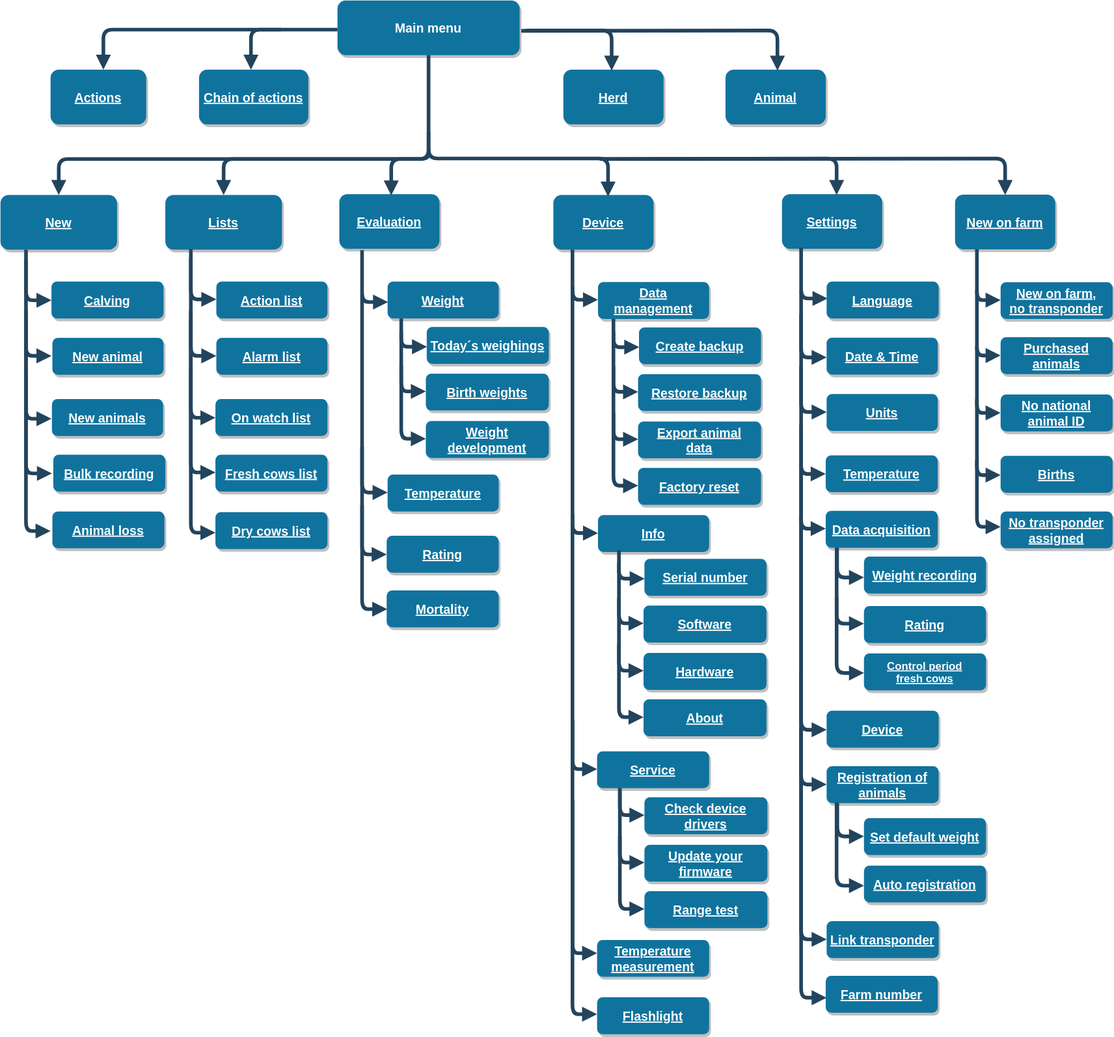
Earlier version of the draw.io export content/en/docs/menu/menu-tree.svg (erjoh001/vitalcontrol.de). Source tidied: cells renumbered, new cells last; positions are measured from the earlier drawing's top-left corner, leaving out a move shared by most shapes.
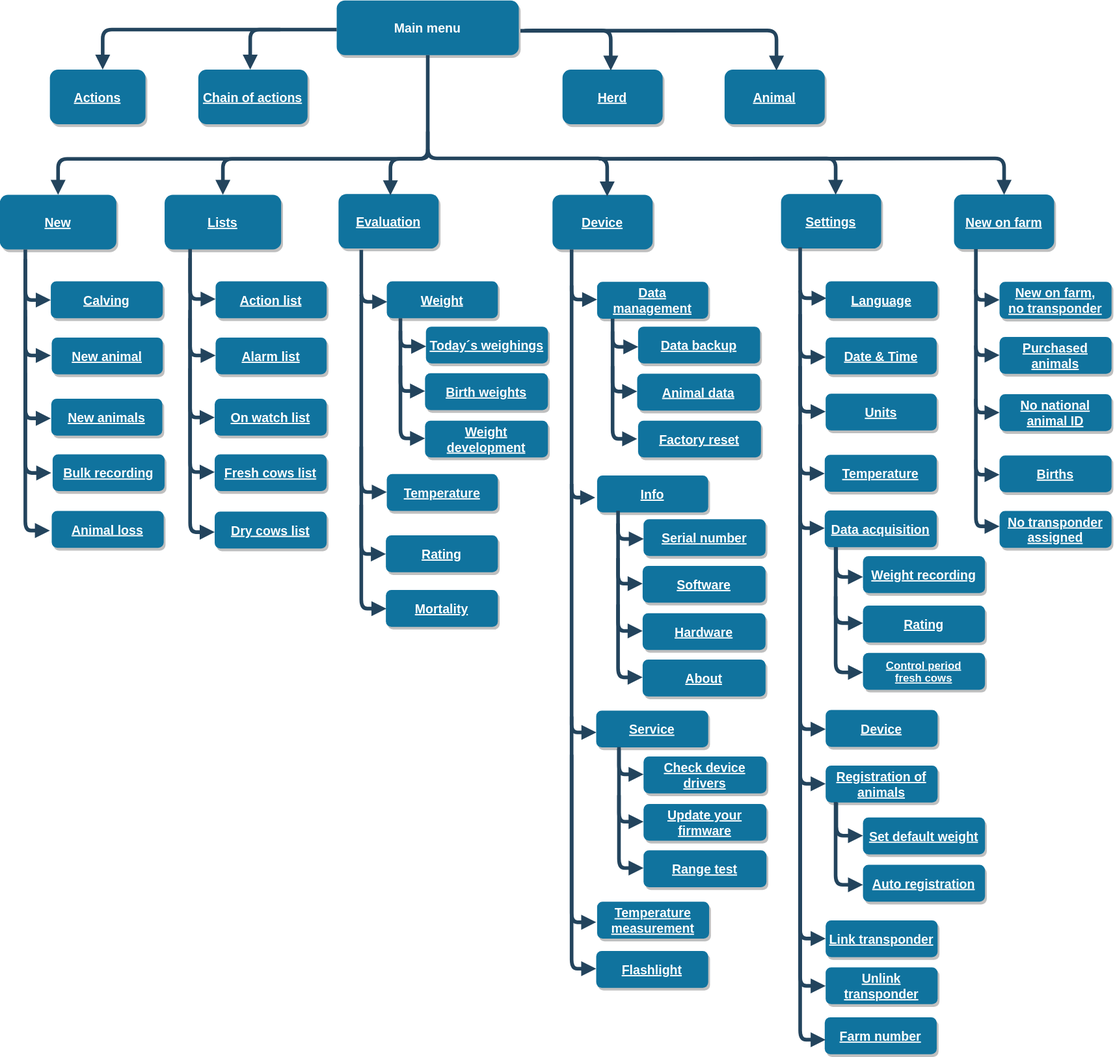
After the commit.

Diff of the diagram source:
```diff
@@ -242,29 +242,28 @@
       <mxGeometry x="681" y="309" width="122" height="40.5" as="geometry" />
     </mxCell>
     <mxCell id="43" value="Info" style="rounded=1;fillColor=#10739E;strokeColor=none;shadow=1;gradientColor=none;fontStyle=5;fontColor=#FFFFFF;fontSize=14;" parent="1" vertex="1">
-      <mxGeometry x="681" y="564.8" width="122" height="40.5" as="geometry" />
+      <mxGeometry x="681" y="521.8" width="122" height="40.5" as="geometry" />
     </mxCell>
     <mxCell id="44" value="Service" style="rounded=1;fillColor=#10739E;strokeColor=none;shadow=1;gradientColor=none;fontStyle=5;fontColor=#FFFFFF;fontSize=14;" parent="1" vertex="1">
-      <mxGeometry x="680" y="824" width="123" height="40.5" as="geometry" />
+      <mxGeometry x="680" y="780" width="123" height="40.5" as="geometry" />
     </mxCell>
     <mxCell id="45" value="Temperature&#10;measurement" style="rounded=1;fillColor=#10739E;strokeColor=none;shadow=1;gradientColor=none;fontStyle=5;fontColor=#FFFFFF;fontSize=14;" parent="1" vertex="1">
-      <mxGeometry x="680" y="1031" width="123" height="40.5" as="geometry" />
+      <mxGeometry x="681" y="990" width="123" height="40.5" as="geometry" />
     </mxCell>
-    <mxCell id="46" style="edgeStyle=elbowEdgeStyle;elbow=vertical;strokeWidth=4;endArrow=block;endFill=1;fontStyle=5;strokeColor=#23445D;entryX=0;entryY=0.5;entryDx=0;entryDy=0;rounded=1;" parent="1" edge="1" target="43">
+    <mxCell id="46" style="edgeStyle=elbowEdgeStyle;elbow=vertical;strokeWidth=4;endArrow=block;endFill=1;fontStyle=5;strokeColor=#23445D;rounded=1;entryX=-0.017;entryY=0.582;entryDx=0;entryDy=0;entryPerimeter=0;" parent="1" edge="1" target="43">
       <mxGeometry x="669" y="177" as="geometry">
-        <mxPoint x="653" y="314" as="sourcePoint" />
+        <mxPoint x="653" y="313" as="sourcePoint" />
         <Array as="points">
-          <mxPoint x="600" y="584.5" />
-          <mxPoint x="690" y="709.5" />
+          <mxPoint x="663" y="546" />
+          <mxPoint x="690" y="708.5" />
         </Array>
       </mxGeometry>
     </mxCell>
-    <mxCell id="47" style="edgeStyle=elbowEdgeStyle;elbow=vertical;strokeWidth=4;endArrow=block;endFill=1;fontStyle=5;strokeColor=#23445D;entryX=0;entryY=0.5;entryDx=0;entryDy=0;rounded=1;" parent="1" edge="1" target="44">
+    <mxCell id="47" style="edgeStyle=elbowEdgeStyle;elbow=vertical;strokeWidth=4;endArrow=block;endFill=1;fontStyle=5;strokeColor=#23445D;rounded=1;entryX=0.002;entryY=0.571;entryDx=0;entryDy=0;entryPerimeter=0;" parent="1" edge="1" target="44">
       <mxGeometry x="559" y="432" as="geometry">
-        <mxPoint x="653" y="789.5" as="sourcePoint" />
+        <mxPoint x="653" y="786.5" as="sourcePoint" />
         <Array as="points">
-          <mxPoint x="603" y="843.5" />
-          <mxPoint x="580" y="964.5" />
+          <mxPoint x="653" y="804" />
         </Array>
       </mxGeometry>
     </mxCell>
@@ -279,36 +278,33 @@
     </mxCell>
     <mxCell id="49" style="edgeStyle=elbowEdgeStyle;elbow=vertical;strokeWidth=4;endArrow=block;endFill=1;fontStyle=5;strokeColor=#23445D;entryX=0;entryY=0.5;entryDx=0;entryDy=0;rounded=1;" parent="1" edge="1">
       <mxGeometry x="632" y="513" as="geometry">
-        <mxPoint x="653" y="564" as="sourcePoint" />
-        <mxPoint x="680" y="1045.5" as="targetPoint" />
+        <mxPoint x="653" y="531" as="sourcePoint" />
+        <mxPoint x="680" y="1012.5" as="targetPoint" />
         <Array as="points">
-          <mxPoint x="653" y="1045.5" />
-          <mxPoint x="653" y="1045.5" />
+          <mxPoint x="653" y="1012.5" />
+          <mxPoint x="653" y="1012.5" />
         </Array>
       </mxGeometry>
     </mxCell>
     <mxCell id="50" value="Flashlight" style="rounded=1;fillColor=#10739E;strokeColor=none;shadow=1;gradientColor=none;fontStyle=5;fontColor=#FFFFFF;fontSize=14;" parent="1" vertex="1">
-      <mxGeometry x="680" y="1094" width="123" height="40.5" as="geometry" />
+      <mxGeometry x="680" y="1044" width="123" height="40.5" as="geometry" />
     </mxCell>
     <mxCell id="51" style="edgeStyle=elbowEdgeStyle;elbow=vertical;strokeWidth=4;endArrow=block;endFill=1;fontStyle=5;strokeColor=#23445D;entryX=0;entryY=0.5;entryDx=0;entryDy=0;rounded=1;" parent="1" edge="1">
       <mxGeometry x="632" y="580" as="geometry">
-        <mxPoint x="653" y="877.5" as="sourcePoint" />
-        <mxPoint x="680" y="1112.5" as="targetPoint" />
+        <mxPoint x="653" y="828.5" as="sourcePoint" />
+        <mxPoint x="680" y="1063.5" as="targetPoint" />
         <Array as="points">
-          <mxPoint x="653" y="1112.5" />
-          <mxPoint x="653" y="1112.5" />
+          <mxPoint x="653" y="1063.5" />
+          <mxPoint x="653" y="1063.5" />
         </Array>
       </mxGeometry>
     </mxCell>
-    <mxCell id="52" value="Create backup" style="rounded=1;fillColor=#10739E;strokeColor=none;shadow=1;gradientColor=none;fontStyle=5;fontColor=#FFFFFF;fontSize=14;" parent="1" vertex="1">
-      <mxGeometry x="726" y="358.8" width="134" height="40.5" as="geometry" />
+    <mxCell id="52" value="Data backup" style="rounded=1;fillColor=#10739E;strokeColor=none;shadow=1;gradientColor=none;fontStyle=5;fontColor=#FFFFFF;fontSize=14;" parent="1" vertex="1">
+      <mxGeometry x="726" y="358.2" width="134" height="40.5" as="geometry" />
     </mxCell>
-    <mxCell id="53" value="Restore backup" style="rounded=1;fillColor=#10739E;strokeColor=none;shadow=1;gradientColor=none;fontStyle=5;fontColor=#FFFFFF;fontSize=14;" parent="1" vertex="1">
+    <mxCell id="53" value="Animal data" style="rounded=1;fillColor=#10739E;strokeColor=none;shadow=1;gradientColor=none;fontStyle=5;fontColor=#FFFFFF;fontSize=14;" parent="1" vertex="1">
       <mxGeometry x="725" y="410" width="135" height="40.5" as="geometry" />
     </mxCell>
-    <mxCell id="54" value="Export animal&#10;data" style="rounded=1;fillColor=#10739E;strokeColor=none;shadow=1;gradientColor=none;fontStyle=5;fontColor=#FFFFFF;fontSize=14;" parent="1" vertex="1">
-      <mxGeometry x="725" y="462" width="135" height="40.5" as="geometry" />
-    </mxCell>
     <mxCell id="55" style="edgeStyle=elbowEdgeStyle;elbow=vertical;strokeWidth=4;endArrow=block;endFill=1;fontStyle=5;strokeColor=#23445D;entryX=0;entryY=0.5;entryDx=0;entryDy=0;rounded=1;" parent="1" edge="1">
       <mxGeometry x="598" y="35" as="geometry">
         <mxPoint x="698" y="349.5" as="sourcePoint" />
@@ -342,108 +338,98 @@
       </mxGeometry>
     </mxCell>
     <mxCell id="58" value="Factory reset" style="rounded=1;fillColor=#10739E;strokeColor=none;shadow=1;gradientColor=none;fontStyle=5;fontColor=#FFFFFF;fontSize=14;" parent="1" vertex="1">
-      <mxGeometry x="725" y="513" width="135" height="40.5" as="geometry" />
+      <mxGeometry x="726" y="461.5" width="135" height="40.5" as="geometry" />
     </mxCell>
-    <mxCell id="59" style="edgeStyle=elbowEdgeStyle;elbow=vertical;strokeWidth=4;endArrow=block;endFill=1;fontStyle=5;strokeColor=#23445D;entryX=0;entryY=0.5;entryDx=0;entryDy=0;rounded=1;" parent="1" edge="1">
-      <mxGeometry x="598" y="138" as="geometry">
-        <mxPoint x="698" y="452.5" as="sourcePoint" />
-        <mxPoint x="725" y="532.5" as="targetPoint" />
-        <Array as="points">
-          <mxPoint x="708" y="532.5" />
-          <mxPoint x="619" y="670.5" />
-        </Array>
-      </mxGeometry>
-    </mxCell>
     <mxCell id="60" value="Serial number" style="rounded=1;fillColor=#10739E;strokeColor=none;shadow=1;gradientColor=none;fontStyle=5;fontColor=#FFFFFF;fontSize=14;" parent="1" vertex="1">
-      <mxGeometry x="732" y="612.8" width="134" height="40.5" as="geometry" />
+      <mxGeometry x="732" y="569.8" width="134" height="40.5" as="geometry" />
     </mxCell>
     <mxCell id="61" value="Software" style="rounded=1;fillColor=#10739E;strokeColor=none;shadow=1;gradientColor=none;fontStyle=5;fontColor=#FFFFFF;fontSize=14;" parent="1" vertex="1">
-      <mxGeometry x="731" y="664" width="135" height="40.5" as="geometry" />
+      <mxGeometry x="731" y="621" width="135" height="40.5" as="geometry" />
     </mxCell>
     <mxCell id="62" value="Hardware" style="rounded=1;fillColor=#10739E;strokeColor=none;shadow=1;gradientColor=none;fontStyle=5;fontColor=#FFFFFF;fontSize=14;" parent="1" vertex="1">
-      <mxGeometry x="731" y="716" width="135" height="40.5" as="geometry" />
+      <mxGeometry x="731" y="673" width="135" height="40.5" as="geometry" />
     </mxCell>
     <mxCell id="63" style="edgeStyle=elbowEdgeStyle;elbow=vertical;strokeWidth=4;endArrow=block;endFill=1;fontStyle=5;strokeColor=#23445D;entryX=0;entryY=0.5;entryDx=0;entryDy=0;rounded=1;" parent="1" edge="1">
       <mxGeometry x="604" y="289" as="geometry">
-        <mxPoint x="704" y="603.5" as="sourcePoint" />
-        <mxPoint x="731" y="684.2" as="targetPoint" />
+        <mxPoint x="704" y="560.5" as="sourcePoint" />
+        <mxPoint x="731" y="641.2" as="targetPoint" />
         <Array as="points">
-          <mxPoint x="716" y="683.5" />
-          <mxPoint x="625" y="821.5" />
+          <mxPoint x="716" y="640.5" />
+          <mxPoint x="625" y="778.5" />
         </Array>
       </mxGeometry>
     </mxCell>
     <mxCell id="64" style="edgeStyle=elbowEdgeStyle;elbow=vertical;strokeWidth=4;endArrow=block;endFill=1;fontStyle=5;strokeColor=#23445D;entryX=0;entryY=0.5;entryDx=0;entryDy=0;rounded=1;" parent="1" edge="1">
       <mxGeometry x="604" y="341" as="geometry">
-        <mxPoint x="704" y="655.5" as="sourcePoint" />
-        <mxPoint x="731" y="735.5" as="targetPoint" />
+        <mxPoint x="704" y="612.5" as="sourcePoint" />
+        <mxPoint x="731" y="692.5" as="targetPoint" />
         <Array as="points">
-          <mxPoint x="714" y="735.5" />
-          <mxPoint x="625" y="873.5" />
+          <mxPoint x="714" y="692.5" />
+          <mxPoint x="625" y="830.5" />
         </Array>
       </mxGeometry>
     </mxCell>
     <mxCell id="65" style="edgeStyle=elbowEdgeStyle;elbow=vertical;strokeWidth=4;endArrow=block;endFill=1;fontStyle=5;strokeColor=#23445D;entryX=0.002;entryY=0.54;entryDx=0;entryDy=0;entryPerimeter=0;rounded=1;" parent="1" edge="1">
       <mxGeometry x="602" y="240" as="geometry">
-        <mxPoint x="704" y="617.5" as="sourcePoint" />
-        <mxPoint x="732.3" y="634.6" as="targetPoint" />
+        <mxPoint x="704" y="574.5" as="sourcePoint" />
+        <mxPoint x="732.3" y="591.6" as="targetPoint" />
         <Array as="points">
-          <mxPoint x="713" y="634.5" />
-          <mxPoint x="713" y="634.5" />
-          <mxPoint x="714" y="634.5" />
-          <mxPoint x="623" y="772.5" />
+          <mxPoint x="713" y="591.5" />
+          <mxPoint x="713" y="591.5" />
+          <mxPoint x="714" y="591.5" />
+          <mxPoint x="623" y="729.5" />
         </Array>
       </mxGeometry>
     </mxCell>
     <mxCell id="66" value="About" style="rounded=1;fillColor=#10739E;strokeColor=none;shadow=1;gradientColor=none;fontStyle=5;fontColor=#FFFFFF;fontSize=14;" parent="1" vertex="1">
-      <mxGeometry x="731" y="767" width="135" height="40.5" as="geometry" />
+      <mxGeometry x="731" y="724" width="135" height="40.5" as="geometry" />
     </mxCell>
     <mxCell id="67" style="edgeStyle=elbowEdgeStyle;elbow=vertical;strokeWidth=4;endArrow=block;endFill=1;fontStyle=5;strokeColor=#23445D;entryX=0;entryY=0.5;entryDx=0;entryDy=0;rounded=1;" parent="1" edge="1">
       <mxGeometry x="604" y="392" as="geometry">
-        <mxPoint x="704" y="706.5" as="sourcePoint" />
-        <mxPoint x="731" y="786.5" as="targetPoint" />
+        <mxPoint x="704" y="663.5" as="sourcePoint" />
+        <mxPoint x="731" y="743.5" as="targetPoint" />
         <Array as="points">
-          <mxPoint x="714" y="786.5" />
-          <mxPoint x="625" y="924.5" />
+          <mxPoint x="714" y="743.5" />
+          <mxPoint x="625" y="881.5" />
         </Array>
       </mxGeometry>
     </mxCell>
     <mxCell id="68" value="Check device&#10;drivers" style="rounded=1;fillColor=#10739E;strokeColor=none;shadow=1;gradientColor=none;fontStyle=5;fontColor=#FFFFFF;fontSize=14;" parent="1" vertex="1">
-      <mxGeometry x="732" y="874.5" width="135" height="40.5" as="geometry" />
+      <mxGeometry x="732" y="830.5" width="135" height="40.5" as="geometry" />
     </mxCell>
     <mxCell id="69" value="Update your&#10;firmware" style="rounded=1;fillColor=#10739E;strokeColor=none;shadow=1;gradientColor=none;fontStyle=5;fontColor=#FFFFFF;fontSize=14;" parent="1" vertex="1">
-      <mxGeometry x="732" y="926.5" width="135" height="40.5" as="geometry" />
+      <mxGeometry x="732" y="882.5" width="135" height="40.5" as="geometry" />
     </mxCell>
     <mxCell id="70" style="edgeStyle=elbowEdgeStyle;elbow=vertical;strokeWidth=4;endArrow=block;endFill=1;fontStyle=5;strokeColor=#23445D;entryX=0;entryY=0.5;entryDx=0;entryDy=0;rounded=1;" parent="1" edge="1">
       <mxGeometry x="605" y="499.5" as="geometry">
-        <mxPoint x="705" y="864" as="sourcePoint" />
-        <mxPoint x="732" y="894.8" as="targetPoint" />
+        <mxPoint x="705" y="820" as="sourcePoint" />
+        <mxPoint x="732" y="850.8" as="targetPoint" />
         <Array as="points">
-          <mxPoint x="717" y="894" />
-          <mxPoint x="626" y="1032" />
+          <mxPoint x="717" y="850" />
+          <mxPoint x="626" y="988" />
         </Array>
       </mxGeometry>
     </mxCell>
     <mxCell id="71" style="edgeStyle=elbowEdgeStyle;elbow=vertical;strokeWidth=4;endArrow=block;endFill=1;fontStyle=5;strokeColor=#23445D;entryX=0;entryY=0.5;entryDx=0;entryDy=0;rounded=1;" parent="1" edge="1">
       <mxGeometry x="605" y="551.5" as="geometry">
-        <mxPoint x="705" y="866" as="sourcePoint" />
-        <mxPoint x="732" y="946" as="targetPoint" />
+        <mxPoint x="705" y="822" as="sourcePoint" />
+        <mxPoint x="732" y="902" as="targetPoint" />
         <Array as="points">
-          <mxPoint x="715" y="946" />
-          <mxPoint x="626" y="1084" />
+          <mxPoint x="715" y="902" />
+          <mxPoint x="626" y="1040" />
         </Array>
       </mxGeometry>
     </mxCell>
     <mxCell id="72" value="Range test" style="rounded=1;fillColor=#10739E;strokeColor=none;shadow=1;gradientColor=none;fontStyle=5;fontColor=#FFFFFF;fontSize=14;" parent="1" vertex="1">
-      <mxGeometry x="732" y="977.5" width="135" height="40.5" as="geometry" />
+      <mxGeometry x="732" y="933.5" width="135" height="40.5" as="geometry" />
     </mxCell>
     <mxCell id="73" style="edgeStyle=elbowEdgeStyle;elbow=vertical;strokeWidth=4;endArrow=block;endFill=1;fontStyle=5;strokeColor=#23445D;entryX=0;entryY=0.5;entryDx=0;entryDy=0;rounded=1;" parent="1" edge="1">
       <mxGeometry x="605" y="602.5" as="geometry">
-        <mxPoint x="705" y="917" as="sourcePoint" />
-        <mxPoint x="732" y="997" as="targetPoint" />
+        <mxPoint x="705" y="873" as="sourcePoint" />
+        <mxPoint x="732" y="953" as="targetPoint" />
         <Array as="points">
-          <mxPoint x="715" y="997" />
-          <mxPoint x="626" y="1135" />
+          <mxPoint x="715" y="953" />
+          <mxPoint x="626" y="1091" />
         </Array>
       </mxGeometry>
     </mxCell>
@@ -693,15 +679,15 @@
       </mxGeometry>
     </mxCell>
     <mxCell id="111" value="Farm number" style="rounded=1;fillColor=#10739E;strokeColor=none;shadow=1;gradientColor=none;fontStyle=5;fontColor=#FFFFFF;fontSize=14;" parent="1" vertex="1">
-      <mxGeometry x="931" y="1070.4" width="123" height="40.5" as="geometry" />
+      <mxGeometry x="931" y="1117" width="123" height="40.5" as="geometry" />
     </mxCell>
     <mxCell id="112" style="edgeStyle=elbowEdgeStyle;elbow=vertical;strokeWidth=4;endArrow=block;endFill=1;fontStyle=5;strokeColor=#23445D;rounded=1;entryX=0;entryY=0.5;entryDx=0;entryDy=0;" parent="1" edge="1">
       <mxGeometry x="883" y="147.8" as="geometry">
-        <mxPoint x="904" y="799.4" as="sourcePoint" />
-        <mxPoint x="932" y="1094.4" as="targetPoint" />
+        <mxPoint x="904" y="787.4" as="sourcePoint" />
+        <mxPoint x="932" y="1082.4" as="targetPoint" />
         <Array as="points">
-          <mxPoint x="923" y="1094.4" />
-          <mxPoint x="904" y="1034.4" />
+          <mxPoint x="923" y="1082.4" />
+          <mxPoint x="904" y="1022.4" />
         </Array>
       </mxGeometry>
     </mxCell>
@@ -785,5 +771,18 @@
         </Array>
       </mxGeometry>
     </mxCell>
+    <mxCell id="127" style="edgeStyle=elbowEdgeStyle;elbow=vertical;strokeWidth=4;endArrow=block;endFill=1;fontStyle=5;strokeColor=#23445D;rounded=1;entryX=0;entryY=0.5;entryDx=0;entryDy=0;" parent="1" edge="1">
+      <mxGeometry x="883" y="147.8" as="geometry">
+        <mxPoint x="904" y="846.5" as="sourcePoint" />
+        <mxPoint x="932" y="1141.5" as="targetPoint" />
+        <Array as="points">
+          <mxPoint x="923" y="1141.5" />
+          <mxPoint x="904" y="1081.5" />
+        </Array>
+      </mxGeometry>
+    </mxCell>
+    <mxCell id="128" value="Unlink &#10;transponder" style="rounded=1;fillColor=#10739E;strokeColor=none;shadow=1;gradientColor=none;fontStyle=5;fontColor=#FFFFFF;fontSize=14;" parent="1" vertex="1">
+      <mxGeometry x="932" y="1062" width="123" height="40.5" as="geometry" />
+    </mxCell>
   </root>
 </mxGraphModel>
```
